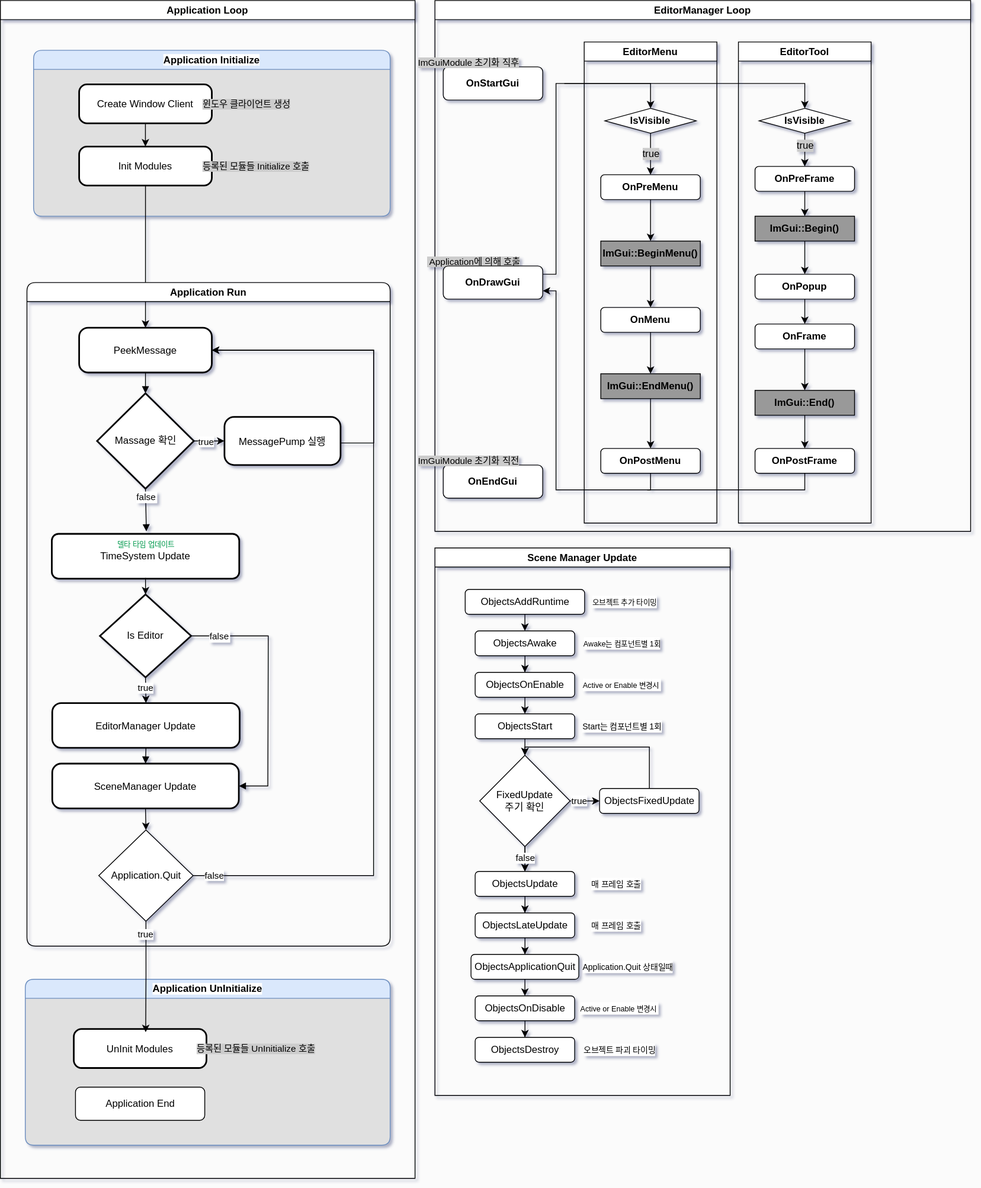
This is Diagram/GameEngineFlowChart.drawio.svg from Scarecrow37/VanishingGround, a draw.io export, as it was before one commit. Source tidied: cells renumbered, new cells last; positions are measured from the earlier drawing's top-left corner, leaving out a move shared by most shapes.
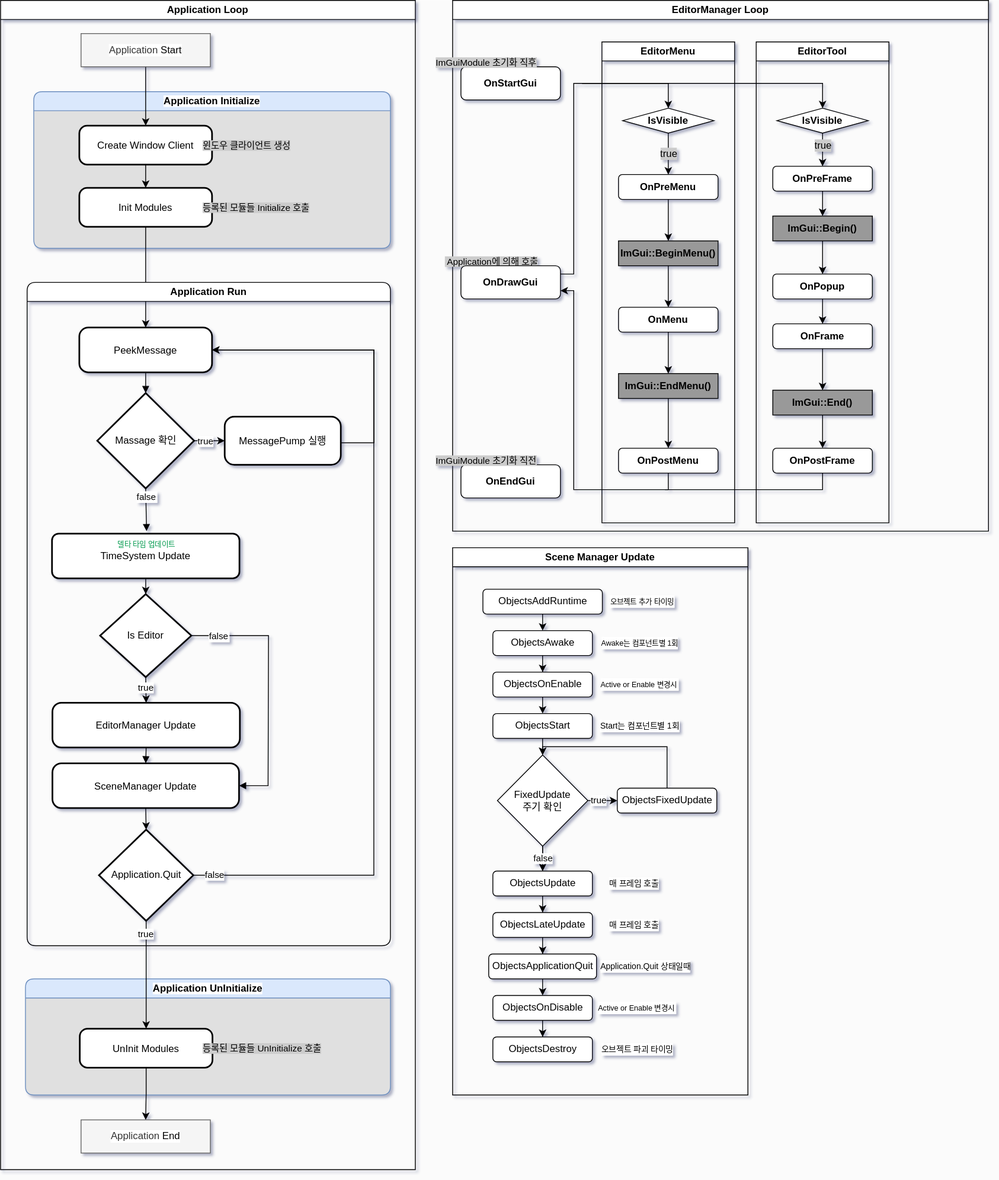
Above is the later version.

Commit message:
Apllication Loop 업데이트

What changed in the source:
```diff
@@ -255,10 +255,10 @@
       </mxGeometry>
     </mxCell>
     <mxCell id="77" value="Application Loop" style="swimlane;whiteSpace=wrap;html=1;labelBackgroundColor=default;" parent="1" vertex="1">
-      <mxGeometry width="500" height="1420" as="geometry" />
+      <mxGeometry x="-21" width="500" height="1410" as="geometry" />
     </mxCell>
     <mxCell id="78" value="&lt;span style=&quot;background-color: rgb(255, 255, 255);&quot;&gt;Application Initialize&lt;/span&gt;" style="swimlane;whiteSpace=wrap;html=1;fillColor=#dae8fc;strokeColor=#6c8ebf;rounded=1;swimlaneFillColor=#E0E0E0;" parent="77" vertex="1">
-      <mxGeometry x="40" y="60" width="430" height="200" as="geometry" />
+      <mxGeometry x="40" y="110" width="430" height="189" as="geometry" />
     </mxCell>
     <mxCell id="79" value="Create Window Client" style="rounded=1;arcSize=20;strokeWidth=2;labelBackgroundColor=default;" parent="78" vertex="1">
       <mxGeometry x="54.9" y="41" width="160" height="47" as="geometry" />
@@ -344,7 +344,7 @@
     <mxCell id="102" style="edgeStyle=orthogonalEdgeStyle;rounded=0;jettySize=auto;html=1;entryX=0.5;entryY=0;entryDx=0;entryDy=0;" parent="85" edge="1" source="100" target="93">
       <mxGeometry relative="1" as="geometry" />
     </mxCell>
-    <mxCell id="103" value="&lt;span style=&quot;text-wrap-mode: nowrap;&quot;&gt;Application&lt;/span&gt;.Quit" style="rhombus;whiteSpace=wrap;html=1;labelBackgroundColor=default;" parent="85" vertex="1">
+    <mxCell id="103" value="&lt;span style=&quot;text-wrap-mode: nowrap;&quot;&gt;Application&lt;/span&gt;.Quit" style="rhombus;whiteSpace=wrap;html=1;labelBackgroundColor=default;strokeWidth=2;" parent="85" vertex="1">
       <mxGeometry x="86.6" y="660" width="113.8" height="110" as="geometry" />
     </mxCell>
     <mxCell id="104" style="edgeStyle=orthogonalEdgeStyle;rounded=0;jettySize=auto;html=1;exitX=0.5;exitY=1;exitDx=0;exitDy=0;entryX=0.5;entryY=0;entryDx=0;entryDy=0;labelBackgroundColor=default;" parent="85" edge="1" source="95" target="103">
@@ -359,19 +359,28 @@
       </mxGeometry>
     </mxCell>
     <mxCell id="106" value="&lt;span style=&quot;background-color: rgb(255, 255, 255);&quot;&gt;Application UnInitialize&lt;/span&gt;" style="swimlane;whiteSpace=wrap;html=1;fillColor=#dae8fc;strokeColor=#6c8ebf;rounded=1;swimlaneFillColor=#E0E0E0;" parent="77" vertex="1">
-      <mxGeometry x="30" y="1180" width="440" height="200" as="geometry" />
+      <mxGeometry x="30" y="1180" width="440" height="140" as="geometry" />
     </mxCell>
     <mxCell id="107" value="UnInit Modules" style="rounded=1;arcSize=20;strokeWidth=2;labelBackgroundColor=default;" parent="106" vertex="1">
-      <mxGeometry x="58.5" y="60" width="160" height="47" as="geometry" />
+      <mxGeometry x="65.5" y="60" width="160" height="47" as="geometry" />
     </mxCell>
     <mxCell id="108" value="등록된 모듈들 UnInitialize 호출" style="text;strokeColor=none;fillColor=none;align=left;verticalAlign=middle;spacingLeft=4;spacingRight=2;overflow=hidden;whiteSpace=wrap;html=1;spacing=0;spacingTop=0;labelBackgroundColor=#CCCCCC;labelBorderColor=none;fontSize=11;" parent="106" vertex="1">
-      <mxGeometry x="203.5" y="68.5" width="170.1" height="30" as="geometry" />
+      <mxGeometry x="210.5" y="68.5" width="170.1" height="30" as="geometry" />
     </mxCell>
+    <mxCell id="110" value="true" style="edgeStyle=orthogonalEdgeStyle;rounded=0;jettySize=auto;html=1;exitX=0.5;exitY=1;exitDx=0;exitDy=0;labelBackgroundColor=default;" parent="77" edge="1" source="103" target="107">
+      <mxGeometry x="-0.76" y="-1" relative="1" as="geometry" />
+    </mxCell>
-    <mxCell id="109" value="&lt;span style=&quot;text-wrap-mode: nowrap;&quot;&gt;Application&amp;nbsp;&lt;/span&gt;&lt;span style=&quot;color: light-dark(rgb(0, 0, 0), rgb(255, 255, 255));&quot;&gt;End&lt;/span&gt;" style="rounded=1;whiteSpace=wrap;html=1;labelBackgroundColor=default;" parent="106" vertex="1">
-      <mxGeometry x="60.5" y="130" width="155.9" height="40" as="geometry" />
+    <mxCell id="109" value="&lt;span style=&quot;text-wrap-mode: nowrap;&quot;&gt;Application&amp;nbsp;&lt;/span&gt;&lt;span style=&quot;color: light-dark(rgb(0, 0, 0), rgb(255, 255, 255));&quot;&gt;End&lt;/span&gt;" style="rounded=0;whiteSpace=wrap;html=1;labelBackgroundColor=default;fillColor=#f5f5f5;fontColor=#333333;strokeColor=#666666;" parent="77" vertex="1">
+      <mxGeometry x="97" y="1350" width="155.9" height="40" as="geometry" />
     </mxCell>
-    <mxCell id="110" value="true" style="edgeStyle=orthogonalEdgeStyle;rounded=0;jettySize=auto;html=1;exitX=0.5;exitY=1;exitDx=0;exitDy=0;entryX=0.542;entryY=0.08;entryDx=0;entryDy=0;labelBackgroundColor=default;entryPerimeter=0;" parent="77" edge="1" source="103" target="107">
-      <mxGeometry x="-0.76" y="-1" relative="1" as="geometry" />
-    </mxCell>
+    <mxCell id="111" style="edgeStyle=orthogonalEdgeStyle;rounded=0;jettySize=auto;html=1;" parent="77" edge="1" source="107" target="109">
+      <mxGeometry relative="1" as="geometry" />
+    </mxCell>
+    <mxCell id="112" style="edgeStyle=orthogonalEdgeStyle;rounded=0;jettySize=auto;html=1;entryX=0.5;entryY=0;entryDx=0;entryDy=0;" parent="77" edge="1" source="113" target="79">
+      <mxGeometry relative="1" as="geometry" />
+    </mxCell>
+    <mxCell id="113" value="&lt;span style=&quot;text-wrap-mode: nowrap;&quot;&gt;Application &lt;font color=&quot;#000000&quot;&gt;Start&lt;/font&gt;&lt;/span&gt;" style="rounded=0;whiteSpace=wrap;html=1;labelBackgroundColor=default;fillColor=#f5f5f5;fontColor=#333333;strokeColor=#666666;" parent="77" vertex="1">
+      <mxGeometry x="97" y="40" width="155.9" height="40" as="geometry" />
+    </mxCell>
   </root>
 </mxGraphModel>
```
